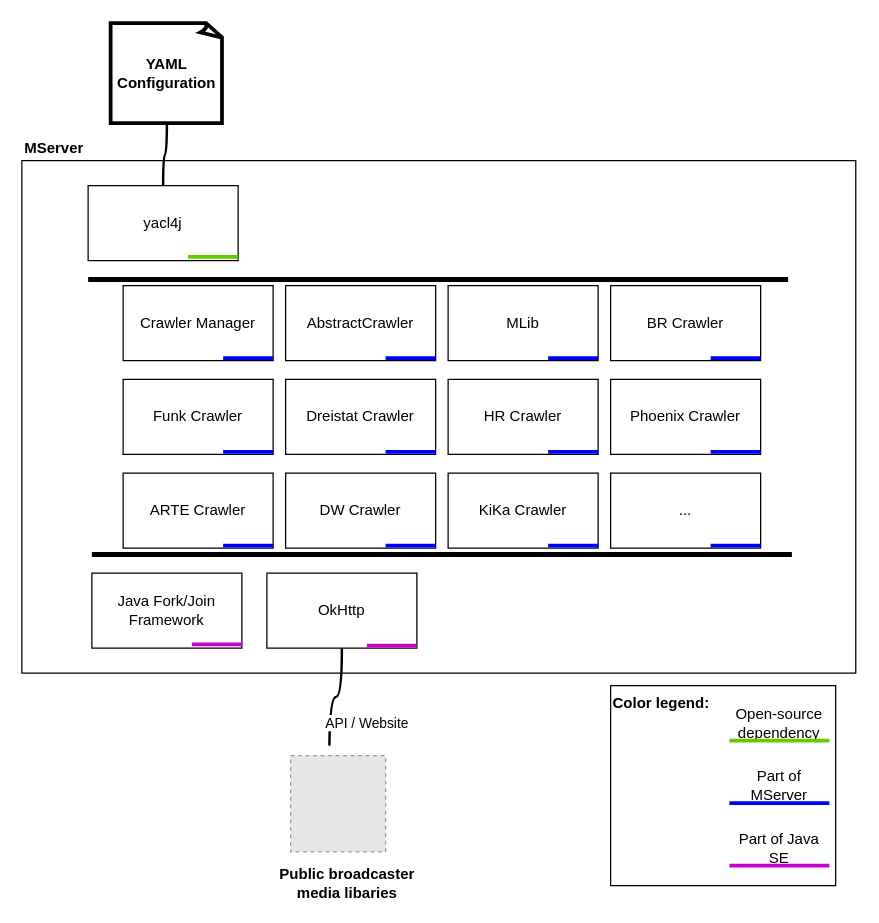
This is docs/architecture/images/Architectural_Overview.drawio from mediathekview/MServer, a draw.io file, before an edit. Source tidied: cells renumbered, new cells numbered last; positions are measured from the earlier drawing's top-left corner, leaving out a move shared by most shapes. Both pictures are drawn from the tidied source at 125%, with x=0, y=0 at pixel (21, 22). Pictures stored in the file or linked from it are replaced by grey dashed boxes.
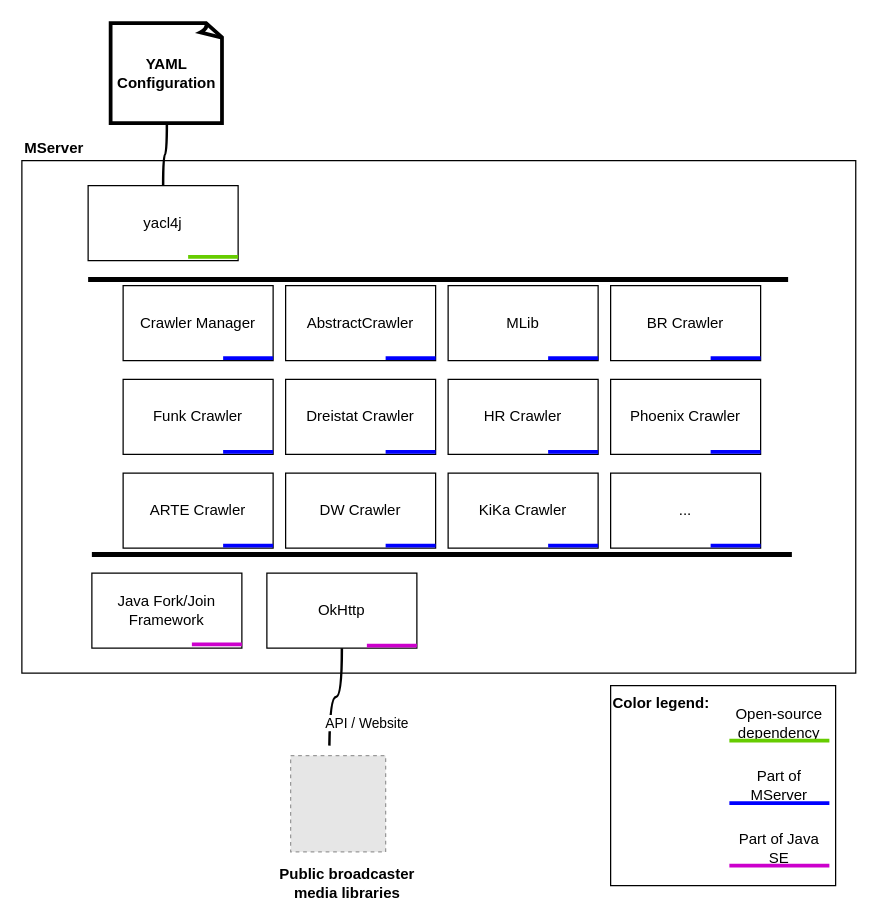
The same diagram, later.

Commit message (it also covers changes not shown here):
Add more details to the parts of MServer Fix a typo in the architectural overview diagram

Diff of the diagram source:
```diff
@@
-    <mxCell id="44" value="&lt;b&gt;Public broadcaster media libaries&lt;/b&gt;" style="text;html=1;strokeColor=none;fillColor=none;align=center;verticalAlign=middle;whiteSpace=wrap;rounded=0;labelBackgroundColor=none;fontColor=#000000;" parent="1" vertex="1">
+    <mxCell id="44" value="&lt;b&gt;Public broadcaster media libraries&lt;/b&gt;" style="text;html=1;strokeColor=none;fillColor=none;align=center;verticalAlign=middle;whiteSpace=wrap;rounded=0;labelBackgroundColor=none;fontColor=#000000;" parent="1" vertex="1">
       <mxGeometry x="202.8" y="678" width="115" height="20" as="geometry" />
     </mxCell>
```
